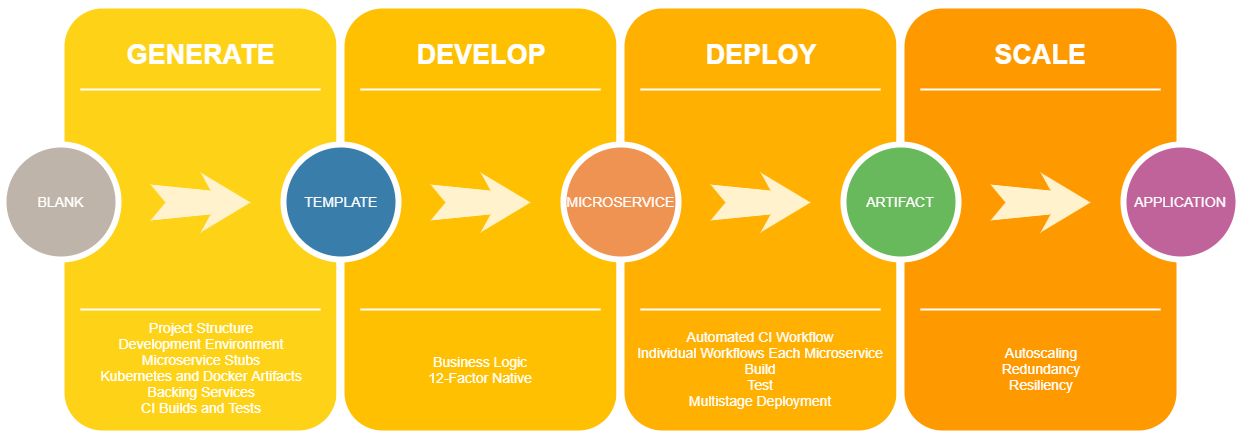
The draw.io diagram assets/weaver-objective.png in jharrilim/jharrilim.github.io_gatsby, before a commit. Source tidied: cells renumbered, new cells last; positions are measured from the earlier drawing's top-left corner, leaving out a move shared by most shapes.
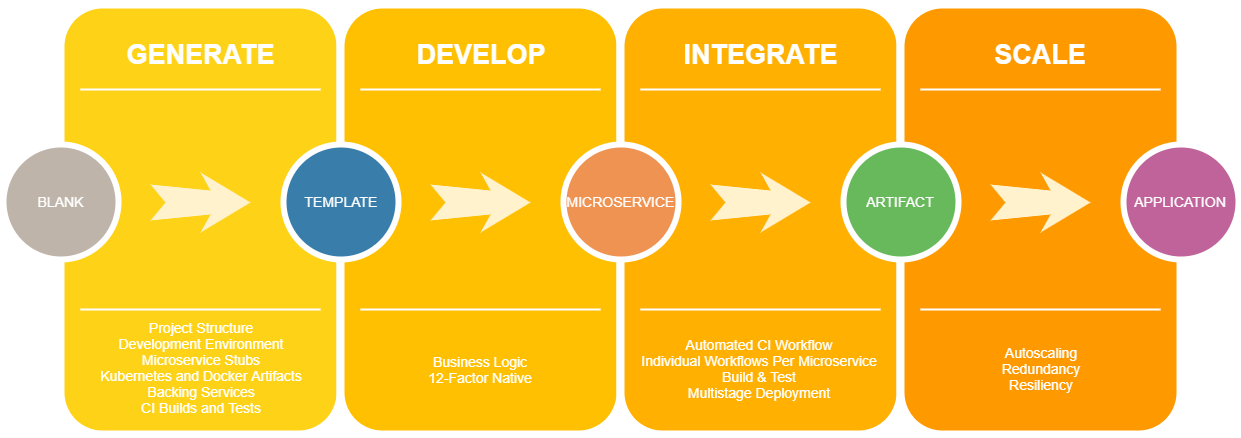
After the change.

Change to the diagram source:
```diff
@@ -47,11 +47,11 @@
     <mxCell id="16" style="whiteSpace=wrap;html=1;rounded=1;shadow=0;strokeWidth=8;fontSize=20;align=center;fillColor=#FFB001;strokeColor=#FFFFFF;" parent="1" vertex="1">
       <mxGeometry x="617" width="280" height="430" as="geometry" />
     </mxCell>
-    <mxCell id="17" value="DEPLOY" style="text;html=1;strokeColor=none;fillColor=none;align=center;verticalAlign=middle;whiteSpace=wrap;rounded=0;shadow=0;fontSize=27;fontColor=#FFFFFF;fontStyle=1;" parent="1" vertex="1">
+    <mxCell id="17" value="INTEGRATE" style="text;html=1;strokeColor=none;fillColor=none;align=center;verticalAlign=middle;whiteSpace=wrap;rounded=0;shadow=0;fontSize=27;fontColor=#FFFFFF;fontStyle=1;" parent="1" vertex="1">
       <mxGeometry x="617" y="20" width="280" height="60" as="geometry" />
     </mxCell>
-    <mxCell id="18" value="Automated CI Workflow&lt;br&gt;Individual Workflows Each Microservice&lt;br&gt;Build&lt;br&gt;Test&lt;br&gt;Multistage Deployment" style="text;html=1;strokeColor=none;fillColor=none;align=center;verticalAlign=middle;whiteSpace=wrap;rounded=0;shadow=0;fontSize=14;fontColor=#FFFFFF;" parent="1" vertex="1">
-      <mxGeometry x="617" y="320" width="280" height="90" as="geometry" />
+    <mxCell id="18" value="Automated CI Workflow&lt;br&gt;Individual Workflows Per Microservice&lt;br&gt;Build &amp;amp; Test&lt;br&gt;Multistage Deployment" style="text;html=1;strokeColor=none;fillColor=none;align=center;verticalAlign=middle;whiteSpace=wrap;rounded=0;shadow=0;fontSize=14;fontColor=#FFFFFF;" parent="1" vertex="1">
+      <mxGeometry x="621" y="320" width="270" height="90" as="geometry" />
     </mxCell>
     <mxCell id="19" style="line;strokeWidth=2;html=1;rounded=0;shadow=0;fontSize=27;align=center;fillColor=none;strokeColor=#FFFFFF;" parent="1" vertex="1">
       <mxGeometry x="637" y="80" width="240" height="10" as="geometry" />
```
